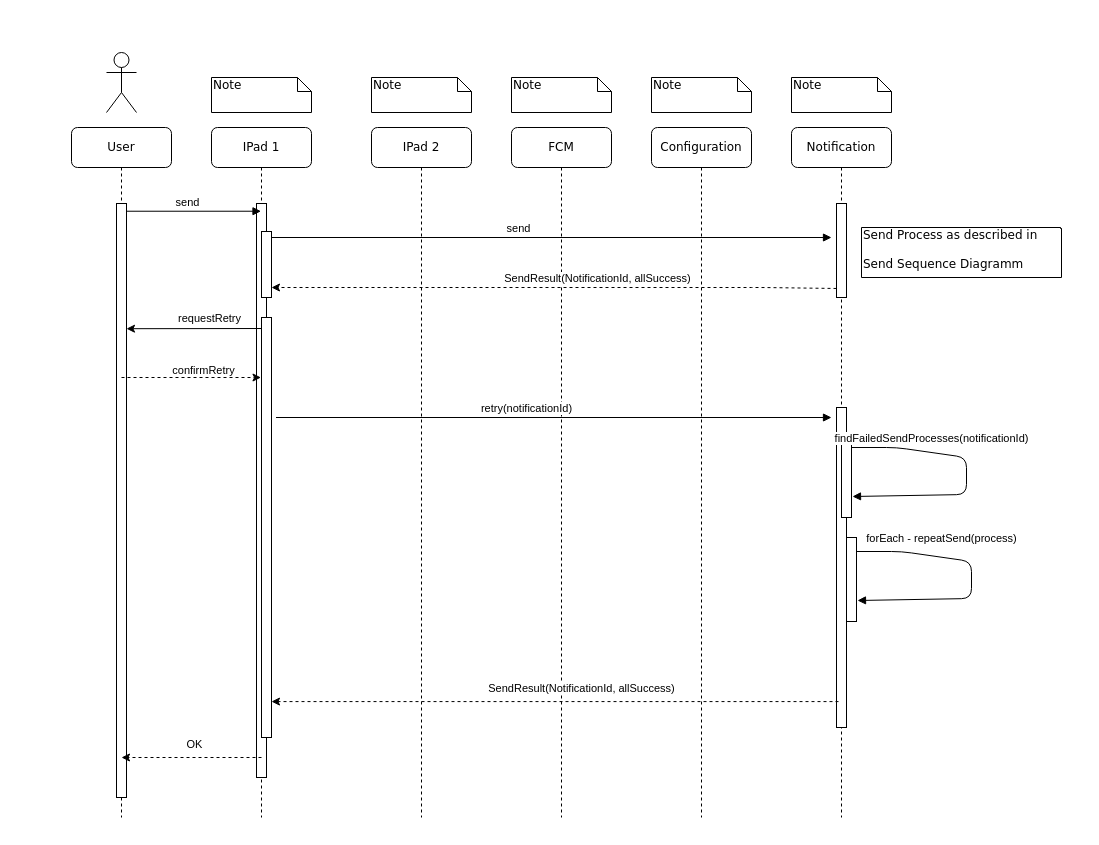
This is src/graphics/Sequence_Notification_Retry.drawio from IP5-Cloudbasiertes-Praxisrufsystem/IP5-documentation, a draw.io file, before an edit. Source tidied: cells renumbered, new cells numbered last; positions are measured from the earlier drawing's top-left corner, leaving out a move shared by most shapes. Both pictures are drawn from the tidied source at 100%, with x=0, y=0 at pixel (71, 52).
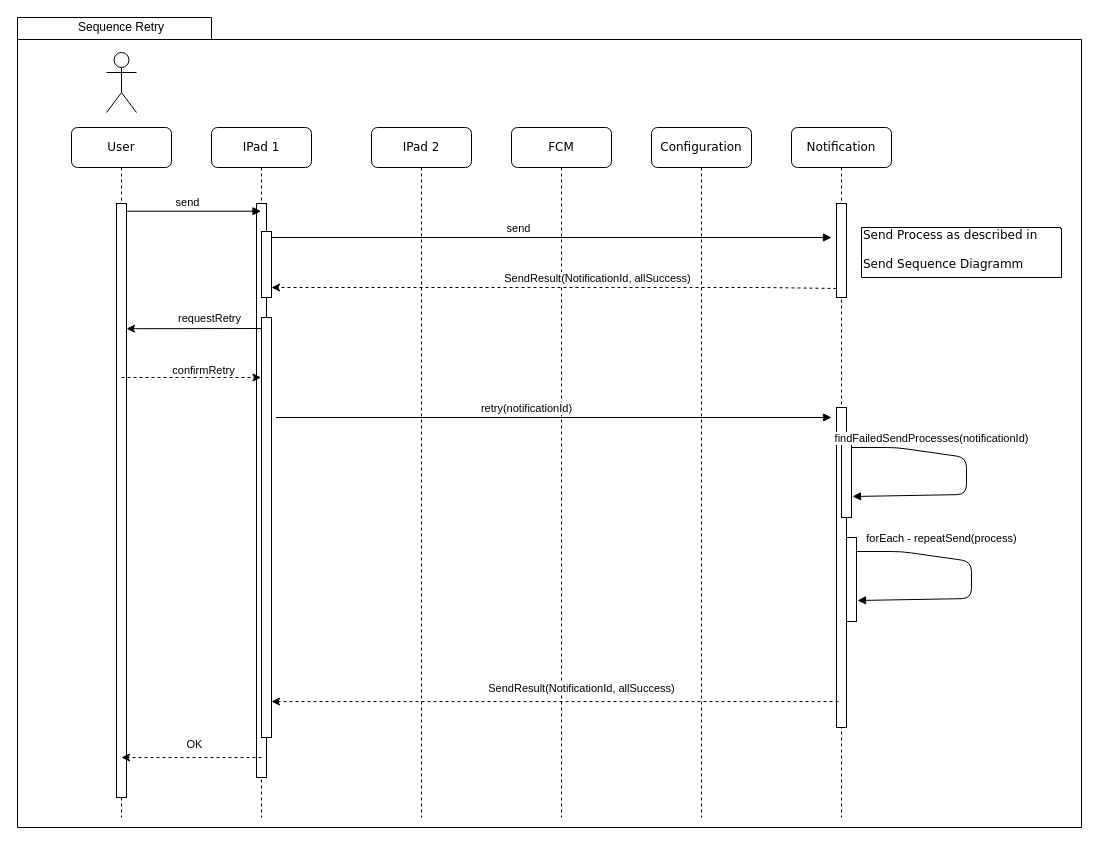
The same page after the edit.

Commit message (it also covers changes not shown here):
Add placeholder sequence diags

Change to the diagram source:
```diff
@@
-    <mxCell id="11" value="Note" style="shape=note;whiteSpace=wrap;html=1;size=14;verticalAlign=top;align=left;spacingTop=-6;rounded=0;shadow=0;comic=0;labelBackgroundColor=none;strokeWidth=1;fontFamily=Verdana;fontSize=12;" parent="1" vertex="1">
-      <mxGeometry x="140" y="25" width="100" height="35" as="geometry" />
-    </mxCell>
-    <mxCell id="12" value="Note" style="shape=note;whiteSpace=wrap;html=1;size=14;verticalAlign=top;align=left;spacingTop=-6;rounded=0;shadow=0;comic=0;labelBackgroundColor=none;strokeWidth=1;fontFamily=Verdana;fontSize=12;" parent="1" vertex="1">
-      <mxGeometry x="300" y="25" width="100" height="35" as="geometry" />
-    </mxCell>
-    <mxCell id="13" value="Note" style="shape=note;whiteSpace=wrap;html=1;size=14;verticalAlign=top;align=left;spacingTop=-6;rounded=0;shadow=0;comic=0;labelBackgroundColor=none;strokeWidth=1;fontFamily=Verdana;fontSize=12;" parent="1" vertex="1">
-      <mxGeometry x="440" y="25" width="100" height="35" as="geometry" />
-    </mxCell>
-    <mxCell id="14" value="Note" style="shape=note;whiteSpace=wrap;html=1;size=14;verticalAlign=top;align=left;spacingTop=-6;rounded=0;shadow=0;comic=0;labelBackgroundColor=none;strokeWidth=1;fontFamily=Verdana;fontSize=12;" parent="1" vertex="1">
-      <mxGeometry x="580" y="25" width="100" height="35" as="geometry" />
-    </mxCell>
-    <mxCell id="15" value="Note" style="shape=note;whiteSpace=wrap;html=1;size=14;verticalAlign=top;align=left;spacingTop=-6;rounded=0;shadow=0;comic=0;labelBackgroundColor=none;strokeWidth=1;fontFamily=Verdana;fontSize=12;" parent="1" vertex="1">
-      <mxGeometry x="720" y="25" width="100" height="35" as="geometry" />
-    </mxCell>
@@
+    <mxCell id="38" style="shape=folder;fontStyle=1;spacingTop=10;tabWidth=194;tabHeight=22;tabPosition=left;html=1;rounded=0;shadow=0;comic=0;labelBackgroundColor=none;strokeWidth=1;fillColor=none;fontFamily=Verdana;fontSize=10;align=center;" parent="1" vertex="1">
+      <mxGeometry x="-54" y="-35" width="1064" height="810" as="geometry" />
+    </mxCell>
+    <mxCell id="39" value="Sequence Retry" style="text;html=1;strokeColor=none;fillColor=none;align=center;verticalAlign=middle;whiteSpace=wrap;rounded=0;" parent="1" vertex="1">
+      <mxGeometry x="-40" y="-35" width="180" height="20" as="geometry" />
+    </mxCell>
```
